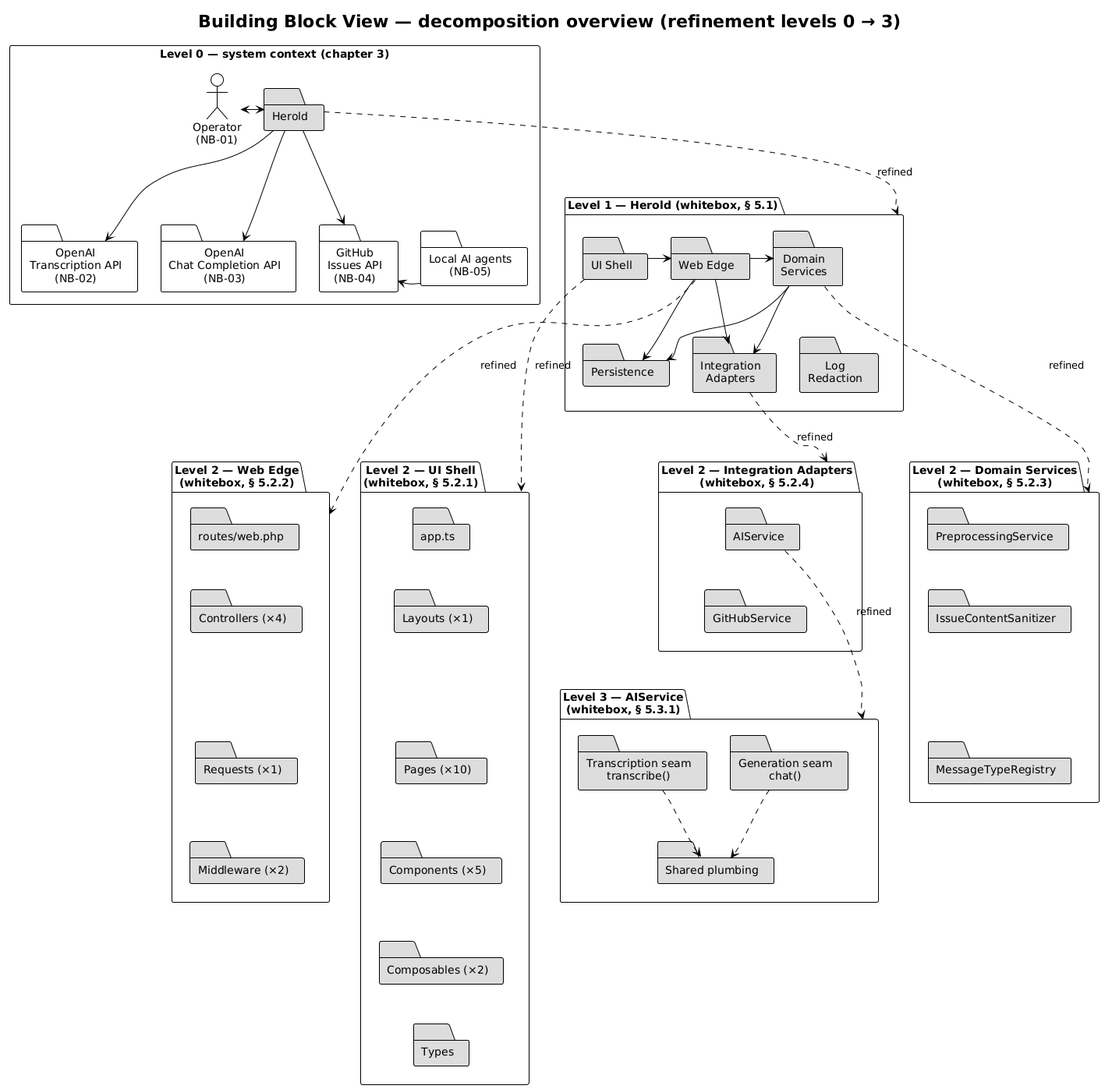
The PlantUML diagram docs/arch/diagrams-png/a05-decomposition-overview.png in carstenlucke/herold, before a commit.
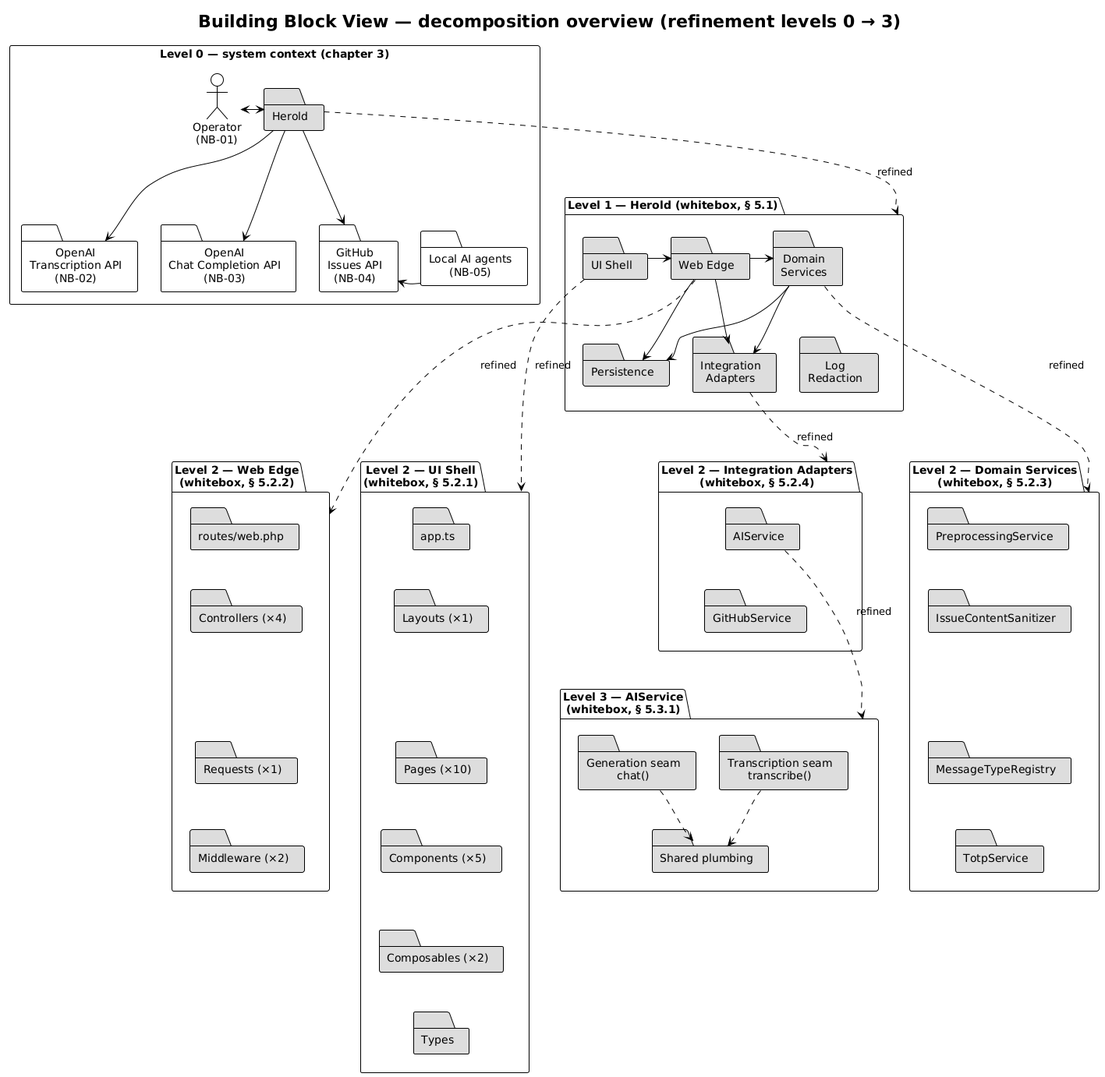
The same diagram one commit later.

What changed in the source:
```diff
@@ -73,9 +73,11 @@
   folder "PreprocessingService" as f_prep #DDDDDD
   folder "IssueContentSanitizer" as f_sani #DDDDDD
   folder "MessageTypeRegistry" as f_reg #DDDDDD
+  folder "TotpService" as f_totp #DDDDDD
 
   f_prep -[hidden]d-> f_sani
   f_sani -[hidden]d-> f_reg
+  f_reg -[hidden]d-> f_totp
 }
 
 package "Level 2 — Integration Adapters\n(whitebox, § 5.2.4)" as L2ad {
```
